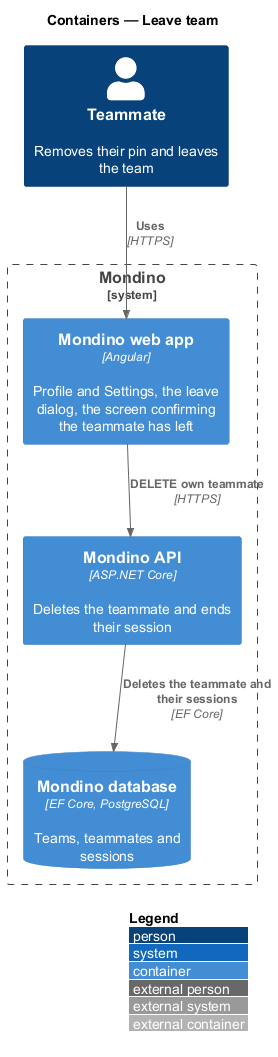
QuinntyneBrown/Mondino keeps this PlantUML diagram as docs/detailed-designs/profile/leave-team/diagrams/c4-container.png. Above is the earlier version.
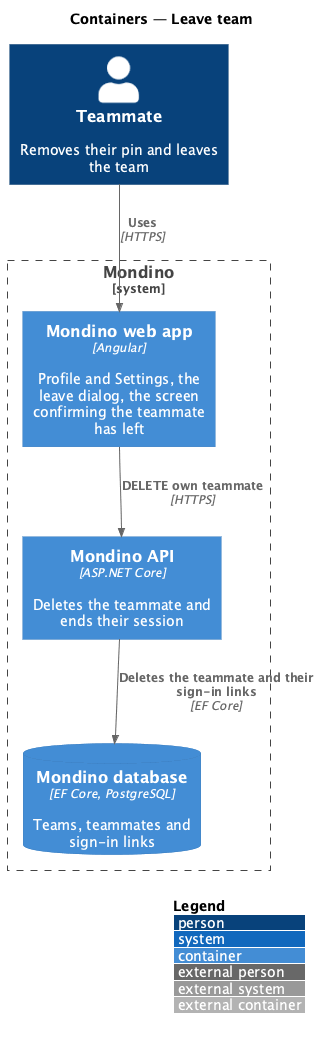
Later version of the same file.

The edit, as a diff of the source:
```diff
@@ -7,10 +7,10 @@
 System_Boundary(mondino, "Mondino") {
   Container(spa, "Mondino web app", "Angular", "Profile and Settings, the leave dialog, the screen confirming the teammate has left")
   Container(api, "Mondino API", "ASP.NET Core", "Deletes the teammate and ends their session")
-  ContainerDb(db, "Mondino database", "EF Core, PostgreSQL", "Teams, teammates and sessions")
+  ContainerDb(db, "Mondino database", "EF Core, PostgreSQL", "Teams, teammates and sign-in links")
 }
 
 Rel(viewer, spa, "Uses", "HTTPS")
 Rel(spa, api, "DELETE own teammate", "HTTPS")
-Rel(api, db, "Deletes the teammate and their sessions", "EF Core")
+Rel(api, db, "Deletes the teammate and their sign-in links", "EF Core")
 @enduml
```
